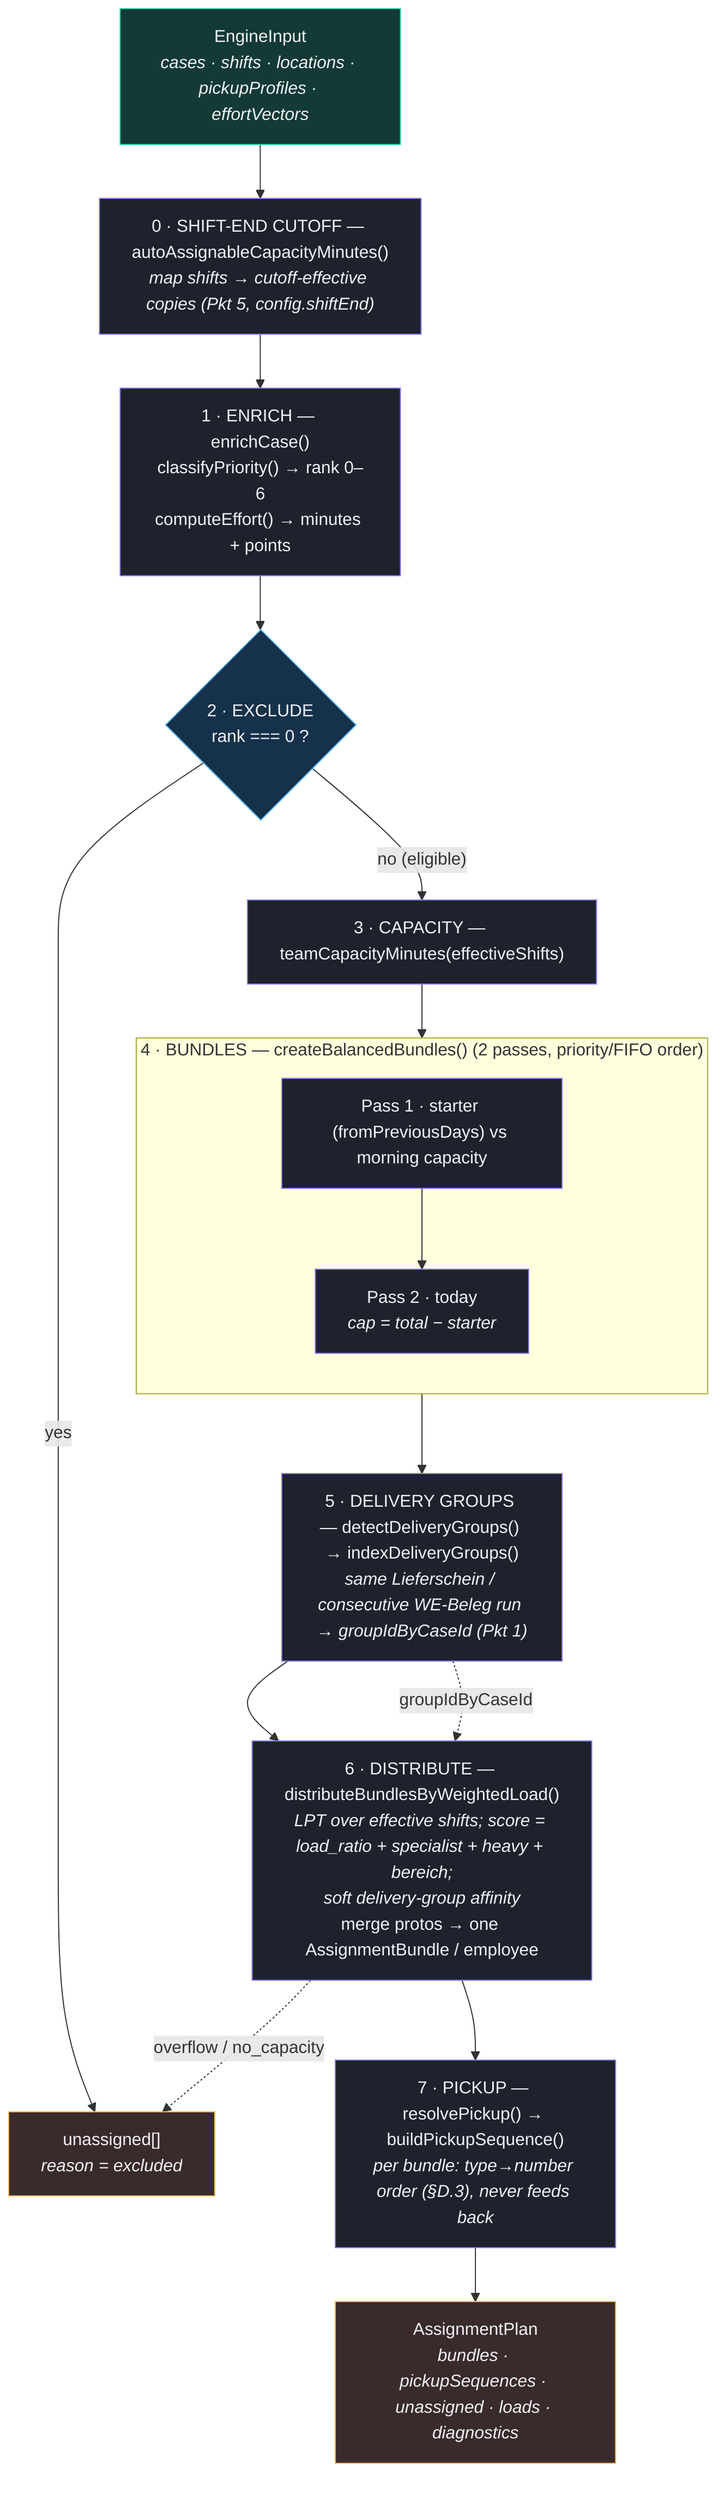
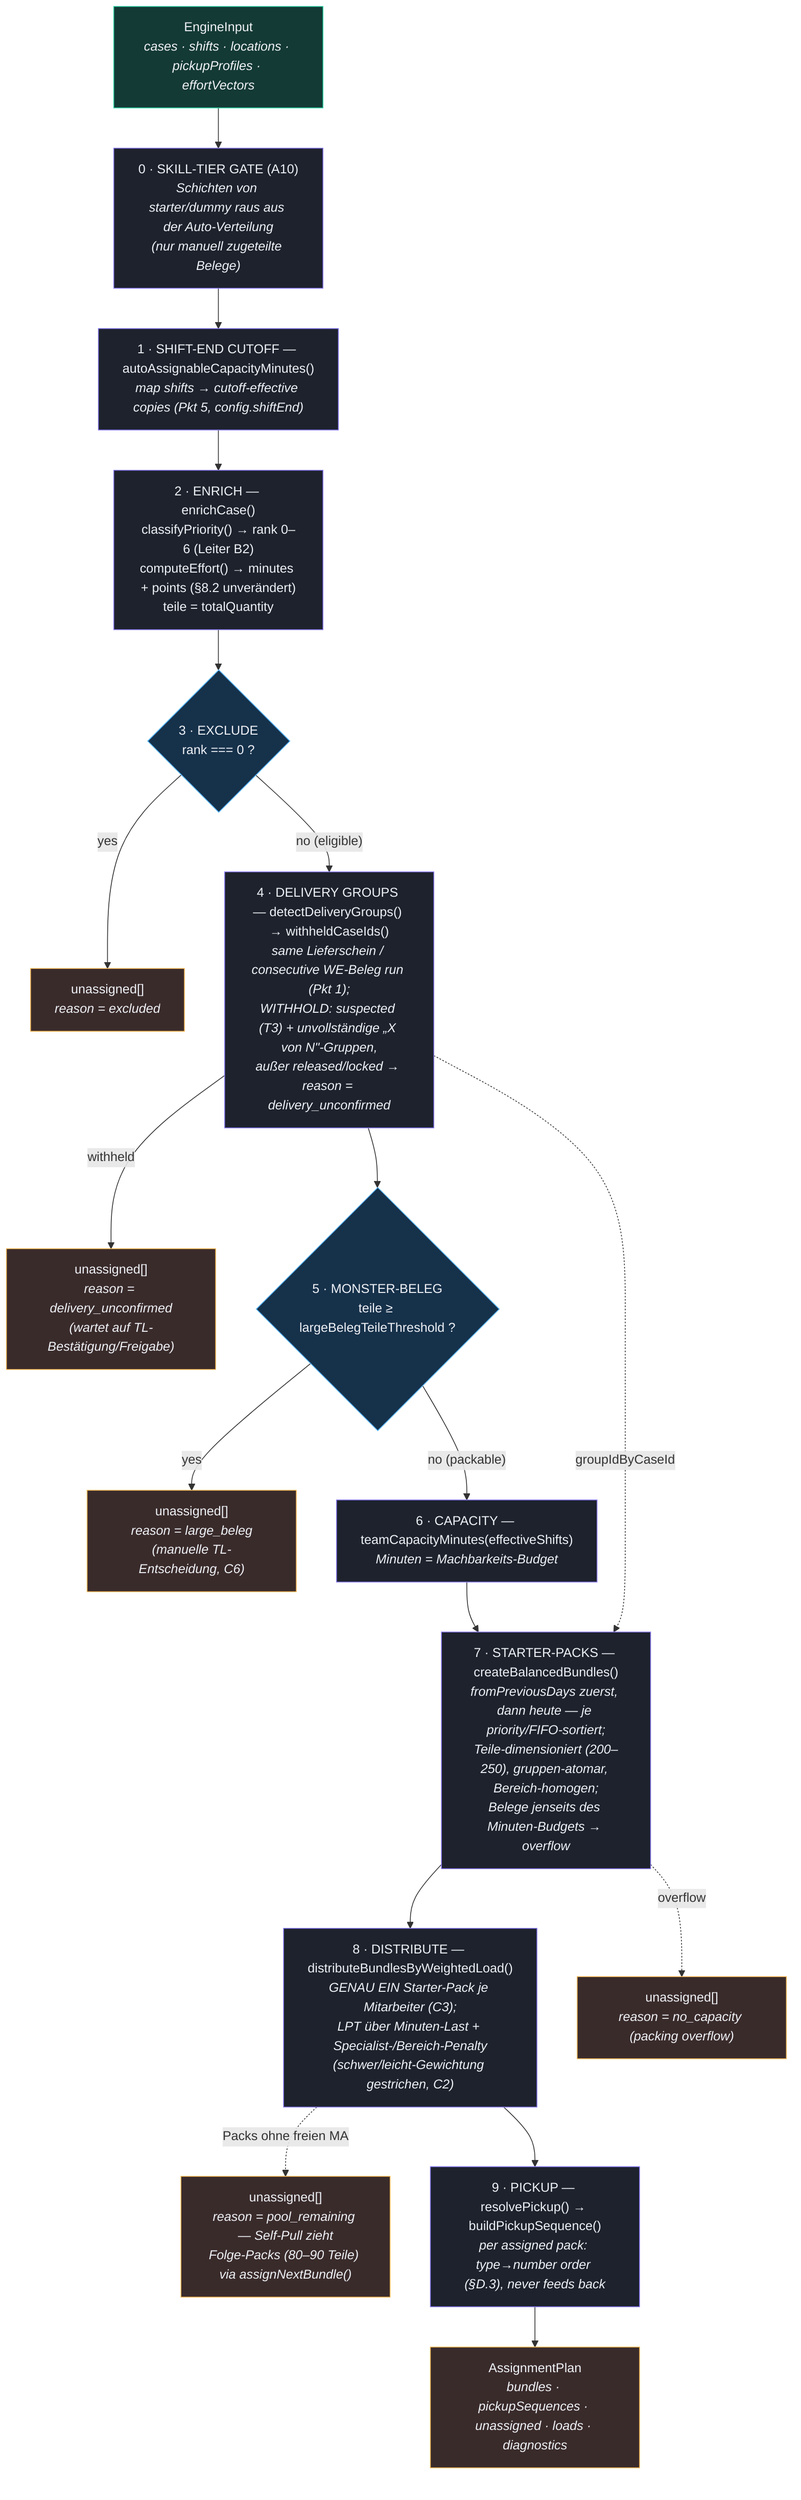
- %% C4 Level 4 — Code / data flow: assignWork() pipeline
- %% Verified against packages/assignment-engine/src/assignment/plan.ts (committed main)
- %% and the called modules (shift-end, priority-engine, effort-score, net-capacity,
- %% bundling, delivery-group, distribute, pickup-order).
+ %% C4 Level 4 — Code / data flow: assignWork() pipeline (Teile-Modell, Teamlead-Feedback 03.07.2026)
+ %% Verified against packages/assignment-engine/src/assignment/plan.ts and the called modules
+ %% (shift-end, priority-engine, effort-score, net-capacity, bundling, delivery-group,
+ %% distribute, pickup-order).
flowchart TB
    classDef step fill:#1d222c,stroke:#8b7cf6,color:#eef1f6;
    classDef io fill:#143a35,stroke:#2dd4a7,color:#eef1f6;
    classDef branch fill:#16314a,stroke:#56b6ff,color:#eef1f6;
    classDef out fill:#3a2b2b,stroke:#f5b955,color:#eef1f6;

    input["EngineInput<br/><i>cases · shifts · locations · pickupProfiles · effortVectors</i>"]:::io

-     cutoff["0 · SHIFT-END CUTOFF — autoAssignableCapacityMinutes()<br/><i>map shifts → cutoff-effective copies (Pkt 5, config.shiftEnd)</i>"]:::step
-     enrich["1 · ENRICH — enrichCase()<br/>classifyPriority() → rank 0–6<br/>computeEffort() → minutes + points"]:::step
-     exclude{"2 · EXCLUDE<br/>rank === 0 ?"}:::branch
+     skillgate["0 · SKILL-TIER GATE (A10)<br/><i>Schichten von starter/dummy raus aus der Auto-Verteilung<br/>(nur manuell zugeteilte Belege)</i>"]:::step
+     cutoff["1 · SHIFT-END CUTOFF — autoAssignableCapacityMinutes()<br/><i>map shifts → cutoff-effective copies (Pkt 5, config.shiftEnd)</i>"]:::step
+     enrich["2 · ENRICH — enrichCase()<br/>classifyPriority() → rank 0–6 (Leiter B2)<br/>computeEffort() → minutes + points (§8.2 unverändert)<br/>teile = totalQuantity"]:::step
+     exclude{"3 · EXCLUDE<br/>rank === 0 ?"}:::branch
    excluded["unassigned[]<br/><i>reason = excluded</i>"]:::out

-     capacity["3 · CAPACITY — teamCapacityMinutes(effectiveShifts)"]:::step
+     grouping["4 · DELIVERY GROUPS — detectDeliveryGroups() → withheldCaseIds()<br/><i>same Lieferschein / consecutive WE-Beleg run (Pkt 1);<br/>WITHHOLD: suspected (T3) + unvollständige „X von N&quot;-Gruppen,<br/>außer released/locked → reason = delivery_unconfirmed</i>"]:::step
+     withheld["unassigned[]<br/><i>reason = delivery_unconfirmed<br/>(wartet auf TL-Bestätigung/Freigabe)</i>"]:::out
+     monster{"5 · MONSTER-BELEG<br/>teile ≥ largeBelegTeileThreshold ?"}:::branch
+     large["unassigned[]<br/><i>reason = large_beleg<br/>(manuelle TL-Entscheidung, C6)</i>"]:::out

-     subgraph bundles["4 · BUNDLES — createBalancedBundles() (2 passes, priority/FIFO order)"]
-         direction TB
-         starter["Pass 1 · starter (fromPreviousDays) vs morning capacity"]:::step
-         today["Pass 2 · today<br/><i>cap = total − starter</i>"]:::step
-     end
- 
-     grouping["5 · DELIVERY GROUPS — detectDeliveryGroups() → indexDeliveryGroups()<br/><i>same Lieferschein / consecutive WE-Beleg run → groupIdByCaseId (Pkt 1)</i>"]:::step
-     distribute["6 · DISTRIBUTE — distributeBundlesByWeightedLoad()<br/><i>LPT over effective shifts; score = load_ratio + specialist + heavy + bereich;<br/>soft delivery-group affinity</i><br/>merge protos → one AssignmentBundle / employee"]:::step
-     pickup["7 · PICKUP — resolvePickup() → buildPickupSequence()<br/><i>per bundle: type→number order (§D.3), never feeds back</i>"]:::step
+     capacity["6 · CAPACITY — teamCapacityMinutes(effectiveShifts)<br/><i>Minuten = Machbarkeits-Budget</i>"]:::step
+     packs["7 · STARTER-PACKS — createBalancedBundles()<br/><i>fromPreviousDays zuerst, dann heute — je priority/FIFO-sortiert;<br/>Teile-dimensioniert (200–250), gruppen-atomar, Bereich-homogen;<br/>Belege jenseits des Minuten-Budgets → overflow</i>"]:::step
+     distribute["8 · DISTRIBUTE — distributeBundlesByWeightedLoad()<br/><i>GENAU EIN Starter-Pack je Mitarbeiter (C3);<br/>LPT über Minuten-Last + Specialist-/Bereich-Penalty<br/>(schwer/leicht-Gewichtung gestrichen, C2)</i>"]:::step
+     pool["unassigned[]<br/><i>reason = pool_remaining — Self-Pull zieht<br/>Folge-Packs (80–90 Teile) via assignNextBundle()</i>"]:::out
+     nocap["unassigned[]<br/><i>reason = no_capacity (packing overflow)</i>"]:::out
+     pickup["9 · PICKUP — resolvePickup() → buildPickupSequence()<br/><i>per assigned pack: type→number order (§D.3), never feeds back</i>"]:::step

    plan["AssignmentPlan<br/><i>bundles · pickupSequences · unassigned · loads · diagnostics</i>"]:::out

-     input --> cutoff --> enrich --> exclude
+     input --> skillgate --> cutoff --> enrich --> exclude
    exclude -->|"yes"| excluded
-     exclude -->|"no (eligible)"| capacity --> starter
-     starter --> today --> grouping --> distribute --> pickup --> plan
-     grouping -. "groupIdByCaseId" .-> distribute
-     distribute -. "overflow / no_capacity" .-> excluded
+     exclude -->|"no (eligible)"| grouping
+     grouping -->|"withheld"| withheld
+     grouping --> monster
+     monster -->|"yes"| large
+     monster -->|"no (packable)"| capacity --> packs
+     grouping -. "groupIdByCaseId" .-> packs
+     packs --> distribute --> pickup --> plan
+     packs -. "overflow" .-> nocap
+     distribute -. "Packs ohne freien MA" .-> pool
